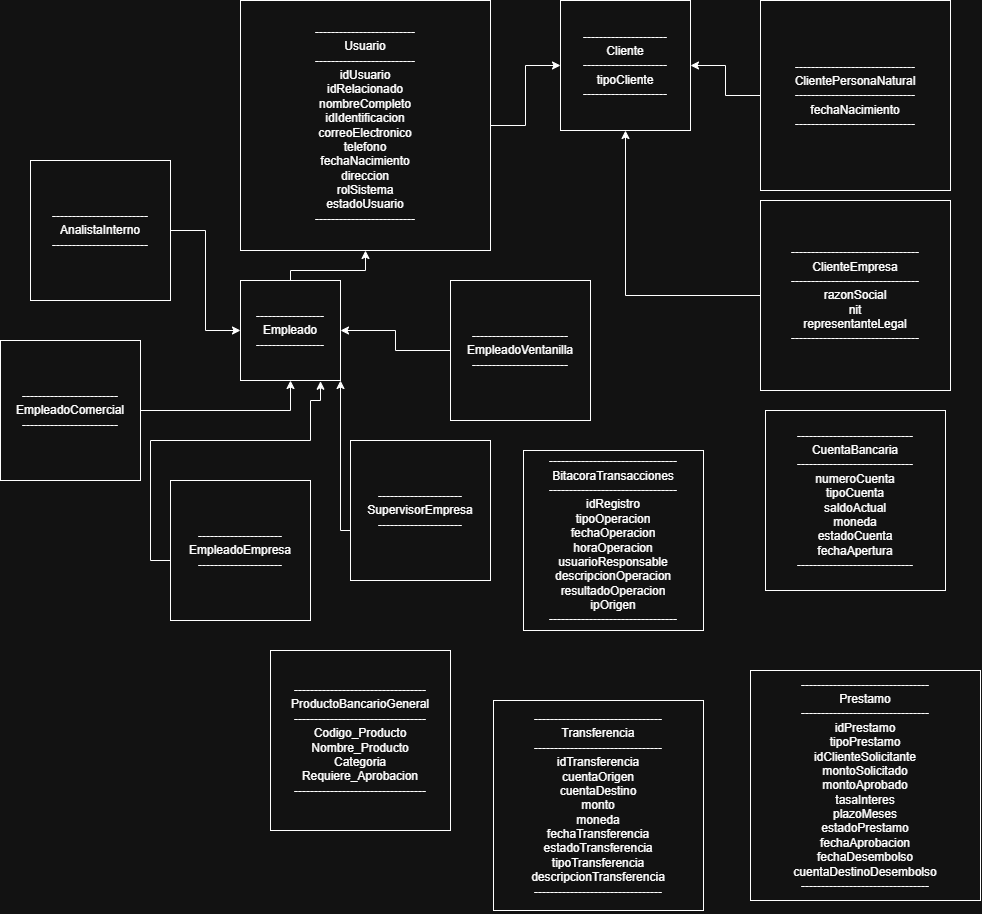
Above: Clases Banco.drawio.png in Juan-Zapata31/Bank (draw.io), before the change. Source tidied: cells renumbered, new cells last; positions are measured from the earlier drawing's top-left corner, leaving out a move shared by most shapes.
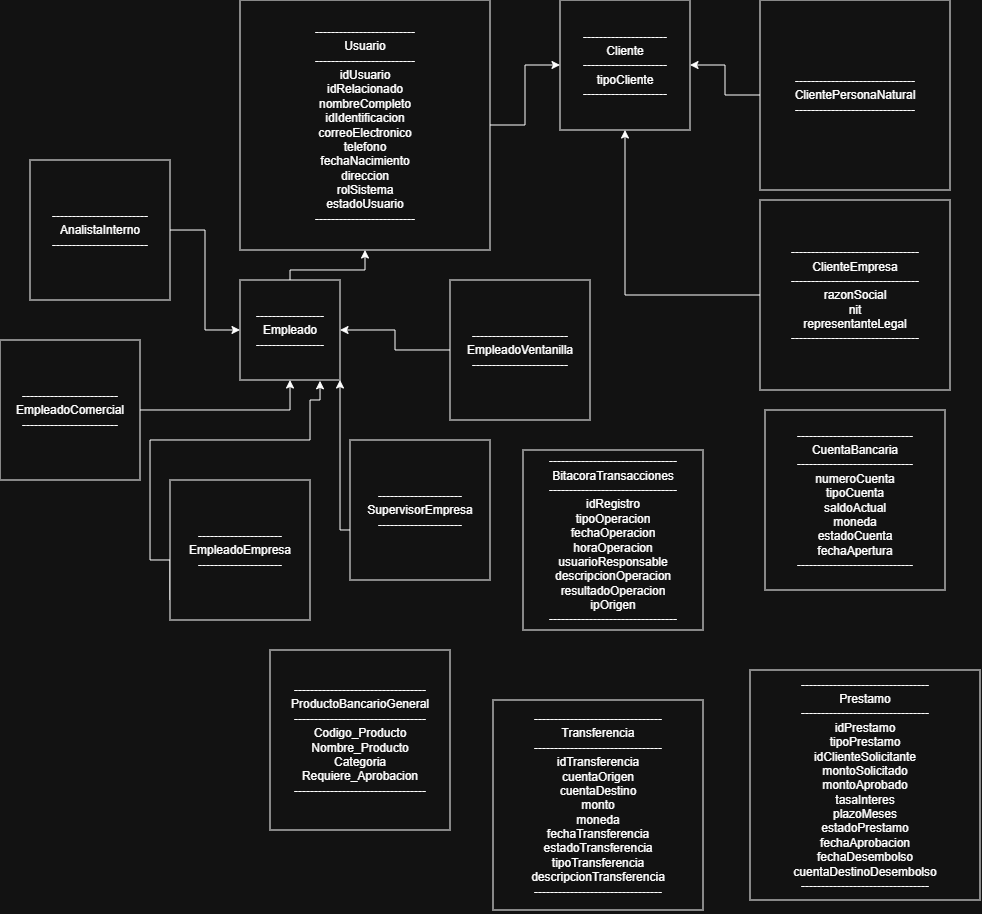
After the change.

Commit message:
Modified imagen of diagram of classes

What changed in the source:
```diff
@@ -14,7 +14,7 @@
     <mxCell id="5" style="edgeStyle=orthogonalEdgeStyle;rounded=0;jettySize=auto;html=1;entryX=1;entryY=0.5;entryDx=0;entryDy=0;" parent="1" edge="1" source="6" target="4">
       <mxGeometry relative="1" as="geometry" />
     </mxCell>
-    <mxCell id="6" value="------------------------------&lt;br&gt;   ClientePersonaNatural&lt;br&gt;------------------------------&lt;br&gt;fechaNacimiento&lt;br&gt;------------------------------" style="whiteSpace=wrap;html=1;" parent="1" vertex="1">
+    <mxCell id="6" value="------------------------------&lt;br&gt;   ClientePersonaNatural&lt;br&gt;------------------------------" style="whiteSpace=wrap;html=1;" parent="1" vertex="1">
       <mxGeometry x="760" width="190" height="190" as="geometry" />
     </mxCell>
     <mxCell id="7" style="edgeStyle=orthogonalEdgeStyle;rounded=0;jettySize=auto;html=1;entryX=0.5;entryY=1;entryDx=0;entryDy=0;" parent="1" edge="1" source="8" target="4">
```
